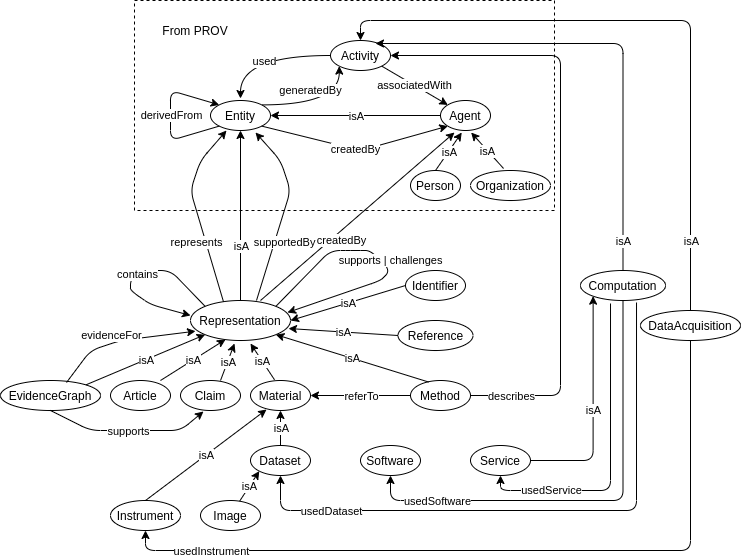
The draw.io diagram resources/images/EVI-v-0-1.png in EvidenceGraph/EVI, before a commit. Source tidied: cells renumbered, new cells last; positions are measured from the earlier drawing's top-left corner, leaving out a move shared by most shapes. The source it was exported from:
```xml
<mxGraphModel background="#ffffff">
  <root>
    <mxCell id="0" />
    <mxCell id="1" parent="0" />
    <mxCell id="2" value="Activity" style="ellipse;whiteSpace=wrap;html=1;" parent="1" vertex="1">
      <mxGeometry x="330" y="40" width="60" height="30" as="geometry" />
    </mxCell>
    <mxCell id="3" value="Agent" style="ellipse;whiteSpace=wrap;html=1;" parent="1" vertex="1">
      <mxGeometry x="440" y="100" width="50" height="30" as="geometry" />
    </mxCell>
    <mxCell id="4" value="Entity" style="ellipse;whiteSpace=wrap;html=1;" parent="1" vertex="1">
      <mxGeometry x="210" y="100" width="60" height="30" as="geometry" />
    </mxCell>
    <mxCell id="5" value="Person" style="ellipse;whiteSpace=wrap;html=1;" parent="1" vertex="1">
      <mxGeometry x="410" y="170" width="50" height="30" as="geometry" />
    </mxCell>
    <mxCell id="6" value="Organization" style="ellipse;whiteSpace=wrap;html=1;" parent="1" vertex="1">
      <mxGeometry x="470" y="170" width="80" height="30" as="geometry" />
    </mxCell>
    <mxCell id="7" style="endArrow=classic;html=1;exitX=0;exitY=0.5;exitDx=0;exitDy=0;edgeStyle=orthogonalEdgeStyle;curved=1;" parent="1" edge="1" source="2">
      <mxGeometry relative="1" as="geometry">
        <mxPoint x="240" y="98" as="targetPoint" />
      </mxGeometry>
    </mxCell>
    <mxCell id="8" value="used" style="edgeLabel;html=1;align=center;verticalAlign=middle;" parent="7" vertex="1">
      <mxGeometry relative="1" as="geometry">
        <mxPoint y="5" as="offset" />
      </mxGeometry>
    </mxCell>
    <mxCell id="9" style="endArrow=classic;html=1;exitX=1;exitY=0;exitDx=0;exitDy=0;entryX=0;entryY=1;entryDx=0;entryDy=0;edgeStyle=orthogonalEdgeStyle;curved=1;" parent="1" edge="1" source="4" target="2">
      <mxGeometry relative="1" as="geometry" />
    </mxCell>
    <mxCell id="10" value="generatedBy" style="edgeLabel;html=1;align=center;verticalAlign=middle;" parent="9" vertex="1">
      <mxGeometry relative="1" as="geometry">
        <mxPoint x="-10" y="-15" as="offset" />
      </mxGeometry>
    </mxCell>
    <mxCell id="11" style="endArrow=classic;html=1;exitX=1;exitY=1;exitDx=0;exitDy=0;entryX=0;entryY=0;entryDx=0;entryDy=0;" parent="1" edge="1" source="2" target="3">
      <mxGeometry relative="1" as="geometry" />
    </mxCell>
    <mxCell id="12" value="associatedWith" style="edgeLabel;html=1;align=center;verticalAlign=middle;" parent="11" vertex="1">
      <mxGeometry relative="1" as="geometry" />
    </mxCell>
    <mxCell id="13" style="endArrow=classic;html=1;exitX=0.5;exitY=0;exitDx=0;exitDy=0;entryX=0.425;entryY=1.067;entryDx=0;entryDy=0;entryPerimeter=0;" parent="1" edge="1" source="5" target="3">
      <mxGeometry relative="1" as="geometry" />
    </mxCell>
    <mxCell id="14" value="isA" style="edgeLabel;html=1;align=center;verticalAlign=middle;" parent="13" vertex="1">
      <mxGeometry relative="1" as="geometry" />
    </mxCell>
    <mxCell id="15" style="endArrow=classic;html=1;exitX=0.413;exitY=-0.067;exitDx=0;exitDy=0;exitPerimeter=0;entryX=0.613;entryY=1.067;entryDx=0;entryDy=0;entryPerimeter=0;" parent="1" edge="1" source="6" target="3">
      <mxGeometry relative="1" as="geometry" />
    </mxCell>
    <mxCell id="16" value="isA" style="edgeLabel;html=1;align=center;verticalAlign=middle;" parent="15" vertex="1">
      <mxGeometry relative="1" as="geometry" />
    </mxCell>
    <mxCell id="17" style="endArrow=classic;html=1;exitX=0;exitY=0.5;exitDx=0;exitDy=0;entryX=1;entryY=0.5;entryDx=0;entryDy=0;" parent="1" edge="1" source="3" target="4">
      <mxGeometry relative="1" as="geometry" />
    </mxCell>
    <mxCell id="18" value="isA" style="edgeLabel;html=1;align=center;verticalAlign=middle;" parent="17" vertex="1">
      <mxGeometry relative="1" as="geometry" />
    </mxCell>
    <mxCell id="19" style="endArrow=classic;html=1;exitX=1;exitY=1;exitDx=0;exitDy=0;entryX=0;entryY=1;entryDx=0;entryDy=0;" parent="1" edge="1" source="4" target="3">
      <mxGeometry relative="1" as="geometry">
        <Array as="points">
          <mxPoint x="360" y="150" />
        </Array>
      </mxGeometry>
    </mxCell>
    <mxCell id="20" value="createdBy" style="edgeLabel;html=1;align=center;verticalAlign=middle;" parent="19" vertex="1">
      <mxGeometry relative="1" as="geometry" />
    </mxCell>
    <mxCell id="21" value="Representation" style="ellipse;whiteSpace=wrap;html=1;" parent="1" vertex="1">
      <mxGeometry x="190" y="300" width="100" height="40" as="geometry" />
    </mxCell>
    <mxCell id="22" style="endArrow=classic;html=1;exitX=0;exitY=1;exitDx=0;exitDy=0;entryX=0;entryY=0;entryDx=0;entryDy=0;" parent="1" edge="1" source="4" target="4">
      <mxGeometry relative="1" as="geometry">
        <Array as="points">
          <mxPoint x="170" y="140" />
          <mxPoint x="170" y="90" />
        </Array>
      </mxGeometry>
    </mxCell>
    <mxCell id="23" value="derivedFrom" style="edgeLabel;html=1;align=center;verticalAlign=middle;" parent="22" vertex="1">
      <mxGeometry relative="1" as="geometry" />
    </mxCell>
    <mxCell id="24" style="endArrow=classic;html=1;exitX=0.5;exitY=0;exitDx=0;exitDy=0;entryX=0.5;entryY=1;entryDx=0;entryDy=0;" parent="1" edge="1" source="21" target="4">
      <mxGeometry relative="1" as="geometry" />
    </mxCell>
    <mxCell id="25" value="isA" style="edgeLabel;html=1;align=center;verticalAlign=middle;" parent="24" vertex="1">
      <mxGeometry relative="1" as="geometry">
        <mxPoint y="30" as="offset" />
      </mxGeometry>
    </mxCell>
    <mxCell id="26" style="endArrow=classic;html=1;exitX=0.33;exitY=0.033;exitDx=0;exitDy=0;exitPerimeter=0;" parent="1" edge="1" source="21">
      <mxGeometry relative="1" as="geometry">
        <mxPoint x="226" y="130" as="targetPoint" />
        <Array as="points">
          <mxPoint x="190" y="190" />
          <mxPoint x="200" y="160" />
        </Array>
      </mxGeometry>
    </mxCell>
    <mxCell id="27" value="represents" style="edgeLabel;html=1;align=center;verticalAlign=middle;" parent="26" vertex="1">
      <mxGeometry relative="1" as="geometry">
        <mxPoint x="-0.3" y="30.6" as="offset" />
      </mxGeometry>
    </mxCell>
    <mxCell id="28" style="endArrow=classic;html=1;exitX=0.66;exitY=0;exitDx=0;exitDy=0;exitPerimeter=0;" parent="1" edge="1" source="21">
      <mxGeometry relative="1" as="geometry">
        <mxPoint x="255" y="132" as="targetPoint" />
        <Array as="points">
          <mxPoint x="290" y="190" />
          <mxPoint x="280" y="160" />
        </Array>
      </mxGeometry>
    </mxCell>
    <mxCell id="29" value="supportedBy" style="edgeLabel;html=1;align=center;verticalAlign=middle;" parent="28" vertex="1">
      <mxGeometry relative="1" as="geometry">
        <mxPoint x="0.5" y="29.2" as="offset" />
      </mxGeometry>
    </mxCell>
    <mxCell id="30" style="endArrow=classic;html=1;entryX=0.28;entryY=1.067;entryDx=0;entryDy=0;entryPerimeter=0;" parent="1" edge="1" target="3">
      <mxGeometry relative="1" as="geometry">
        <mxPoint x="260" y="300" as="sourcePoint" />
      </mxGeometry>
    </mxCell>
    <mxCell id="31" value="createdBy" style="edgeLabel;html=1;align=center;verticalAlign=middle;" parent="30" vertex="1">
      <mxGeometry relative="1" as="geometry">
        <mxPoint x="-16.8" y="23.8" as="offset" />
      </mxGeometry>
    </mxCell>
    <mxCell id="32" style="endArrow=classic;html=1;exitX=0;exitY=0;exitDx=0;exitDy=0;" parent="1" edge="1" source="21">
      <mxGeometry relative="1" as="geometry">
        <mxPoint x="190" y="315" as="targetPoint" />
        <Array as="points">
          <mxPoint x="170" y="270" />
          <mxPoint x="150" y="270" />
          <mxPoint x="140" y="270" />
          <mxPoint x="130" y="280" />
          <mxPoint x="130" y="290" />
          <mxPoint x="150" y="304" />
        </Array>
      </mxGeometry>
    </mxCell>
    <mxCell id="33" value="contains" style="edgeLabel;html=1;align=center;verticalAlign=middle;" parent="32" vertex="1">
      <mxGeometry relative="1" as="geometry" />
    </mxCell>
    <mxCell id="34" style="endArrow=classic;html=1;entryX=0.97;entryY=0.3;entryDx=0;entryDy=0;exitX=1;exitY=0;exitDx=0;exitDy=0;entryPerimeter=0;" parent="1" edge="1" source="21" target="21">
      <mxGeometry relative="1" as="geometry">
        <Array as="points">
          <mxPoint x="330" y="250" />
          <mxPoint x="350" y="250" />
          <mxPoint x="370" y="250" />
          <mxPoint x="390" y="270" />
          <mxPoint x="380" y="280" />
        </Array>
      </mxGeometry>
    </mxCell>
    <mxCell id="35" value="supports | challenges" style="edgeLabel;html=1;align=center;verticalAlign=middle;" parent="34" vertex="1">
      <mxGeometry relative="1" as="geometry">
        <mxPoint x="12.3" y="2.3" as="offset" />
      </mxGeometry>
    </mxCell>
    <mxCell id="36" value="EvidenceGraph" style="ellipse;whiteSpace=wrap;html=1;" parent="1" vertex="1">
      <mxGeometry y="380" width="100" height="30" as="geometry" />
    </mxCell>
    <mxCell id="37" value="Article" style="ellipse;whiteSpace=wrap;html=1;" parent="1" vertex="1">
      <mxGeometry x="110" y="380" width="60" height="30" as="geometry" />
    </mxCell>
    <mxCell id="38" value="Claim" style="ellipse;whiteSpace=wrap;html=1;" parent="1" vertex="1">
      <mxGeometry x="180" y="380" width="60" height="30" as="geometry" />
    </mxCell>
    <mxCell id="39" value="Material" style="ellipse;whiteSpace=wrap;html=1;" parent="1" vertex="1">
      <mxGeometry x="250" y="380" width="60" height="30" as="geometry" />
    </mxCell>
    <mxCell id="40" value="Method" style="ellipse;whiteSpace=wrap;html=1;" parent="1" vertex="1">
      <mxGeometry x="410" y="380" width="60" height="30" as="geometry" />
    </mxCell>
    <mxCell id="41" value="Reference" style="ellipse;whiteSpace=wrap;html=1;" parent="1" vertex="1">
      <mxGeometry x="397.5" y="320" width="75" height="30" as="geometry" />
    </mxCell>
    <mxCell id="42" value="Identifier" style="ellipse;whiteSpace=wrap;html=1;" parent="1" vertex="1">
      <mxGeometry x="405" y="270" width="60" height="30" as="geometry" />
    </mxCell>
    <mxCell id="43" style="endArrow=classic;html=1;exitX=0.66;exitY=0.067;exitDx=0;exitDy=0;exitPerimeter=0;entryX=0.05;entryY=0.767;entryDx=0;entryDy=0;entryPerimeter=0;" parent="1" edge="1" source="36" target="21">
      <mxGeometry relative="1" as="geometry">
        <Array as="points">
          <mxPoint x="90" y="350" />
          <mxPoint x="120" y="340" />
        </Array>
      </mxGeometry>
    </mxCell>
    <mxCell id="44" value="evidenceFor" style="edgeLabel;html=1;align=center;verticalAlign=middle;" parent="43" vertex="1">
      <mxGeometry relative="1" as="geometry">
        <mxPoint x="-12.3" y="-4.7" as="offset" />
      </mxGeometry>
    </mxCell>
    <mxCell id="45" style="endArrow=classic;html=1;exitX=1;exitY=0;exitDx=0;exitDy=0;entryX=0;entryY=1;entryDx=0;entryDy=0;" parent="1" edge="1" source="36" target="21">
      <mxGeometry relative="1" as="geometry" />
    </mxCell>
    <mxCell id="46" value="isA" style="edgeLabel;html=1;align=center;verticalAlign=middle;" parent="45" vertex="1">
      <mxGeometry relative="1" as="geometry" />
    </mxCell>
    <mxCell id="47" style="endArrow=classic;html=1;exitX=0.833;exitY=0;exitDx=0;exitDy=0;exitPerimeter=0;entryX=0.35;entryY=0.975;entryDx=0;entryDy=0;entryPerimeter=0;" parent="1" edge="1" source="37" target="21">
      <mxGeometry relative="1" as="geometry" />
    </mxCell>
    <mxCell id="48" value="isA" style="edgeLabel;html=1;align=center;verticalAlign=middle;" parent="47" vertex="1">
      <mxGeometry relative="1" as="geometry" />
    </mxCell>
    <mxCell id="49" style="endArrow=classic;html=1;exitX=0.667;exitY=0;exitDx=0;exitDy=0;exitPerimeter=0;entryX=0.44;entryY=1.075;entryDx=0;entryDy=0;entryPerimeter=0;" parent="1" edge="1" source="38" target="21">
      <mxGeometry relative="1" as="geometry" />
    </mxCell>
    <mxCell id="50" value="isA" style="edgeLabel;html=1;align=center;verticalAlign=middle;" parent="49" vertex="1">
      <mxGeometry relative="1" as="geometry" />
    </mxCell>
    <mxCell id="51" style="endArrow=classic;html=1;exitX=0.4;exitY=-0.025;exitDx=0;exitDy=0;exitPerimeter=0;" parent="1" edge="1" source="39">
      <mxGeometry relative="1" as="geometry">
        <mxPoint x="250" y="343" as="targetPoint" />
      </mxGeometry>
    </mxCell>
    <mxCell id="52" value="isA" style="edgeLabel;html=1;align=center;verticalAlign=middle;" parent="51" vertex="1">
      <mxGeometry relative="1" as="geometry" />
    </mxCell>
    <mxCell id="53" style="endArrow=classic;html=1;exitX=0.3;exitY=0.05;exitDx=0;exitDy=0;exitPerimeter=0;entryX=1;entryY=1;entryDx=0;entryDy=0;" parent="1" edge="1" source="40" target="21">
      <mxGeometry relative="1" as="geometry" />
    </mxCell>
    <mxCell id="54" value="isA" style="edgeLabel;html=1;align=center;verticalAlign=middle;" parent="53" vertex="1">
      <mxGeometry relative="1" as="geometry" />
    </mxCell>
    <mxCell id="55" style="endArrow=classic;html=1;entryX=0.98;entryY=0.7;entryDx=0;entryDy=0;entryPerimeter=0;exitX=0;exitY=0.5;exitDx=0;exitDy=0;" parent="1" edge="1" source="41" target="21">
      <mxGeometry relative="1" as="geometry" />
    </mxCell>
    <mxCell id="56" value="isA" style="edgeLabel;html=1;align=center;verticalAlign=middle;" parent="55" vertex="1">
      <mxGeometry relative="1" as="geometry" />
    </mxCell>
    <mxCell id="57" style="endArrow=classic;html=1;exitX=0;exitY=0.5;exitDx=0;exitDy=0;entryX=1;entryY=0.5;entryDx=0;entryDy=0;" parent="1" edge="1" source="42" target="21">
      <mxGeometry relative="1" as="geometry" />
    </mxCell>
    <mxCell id="58" value="isA" style="edgeLabel;html=1;align=center;verticalAlign=middle;" parent="57" vertex="1">
      <mxGeometry relative="1" as="geometry" />
    </mxCell>
    <mxCell id="59" style="endArrow=classic;html=1;exitX=0;exitY=0.5;exitDx=0;exitDy=0;entryX=1;entryY=0.5;entryDx=0;entryDy=0;" parent="1" edge="1" source="40" target="39">
      <mxGeometry relative="1" as="geometry" />
    </mxCell>
    <mxCell id="60" value="referTo" style="edgeLabel;html=1;align=center;verticalAlign=middle;" parent="59" vertex="1">
      <mxGeometry relative="1" as="geometry" />
    </mxCell>
    <mxCell id="61" style="endArrow=classic;html=1;exitX=0.5;exitY=1;exitDx=0;exitDy=0;entryX=0.383;entryY=1.033;entryDx=0;entryDy=0;entryPerimeter=0;" parent="1" edge="1" source="36" target="38">
      <mxGeometry relative="1" as="geometry">
        <Array as="points">
          <mxPoint x="90" y="430" />
          <mxPoint x="130" y="430" />
          <mxPoint x="180" y="430" />
        </Array>
      </mxGeometry>
    </mxCell>
    <mxCell id="62" value="supports" style="edgeLabel;html=1;align=center;verticalAlign=middle;" parent="61" vertex="1">
      <mxGeometry relative="1" as="geometry" />
    </mxCell>
    <mxCell id="63" style="endArrow=classic;html=1;exitX=1;exitY=0.5;exitDx=0;exitDy=0;entryX=1;entryY=0.5;entryDx=0;entryDy=0;edgeStyle=orthogonalEdgeStyle;" parent="1" edge="1" source="40" target="2">
      <mxGeometry relative="1" as="geometry">
        <Array as="points">
          <mxPoint x="560" y="395" />
          <mxPoint x="560" y="55" />
        </Array>
      </mxGeometry>
    </mxCell>
    <mxCell id="64" value="describes" style="edgeLabel;html=1;align=center;verticalAlign=middle;" parent="63" vertex="1">
      <mxGeometry relative="1" as="geometry">
        <mxPoint x="-50" y="210" as="offset" />
      </mxGeometry>
    </mxCell>
    <mxCell id="65" value="Computation" style="ellipse;whiteSpace=wrap;html=1;" parent="1" vertex="1">
      <mxGeometry x="580" y="270" width="85" height="30" as="geometry" />
    </mxCell>
    <mxCell id="66" value="DataAcquisition" style="ellipse;whiteSpace=wrap;html=1;" parent="1" vertex="1">
      <mxGeometry x="640" y="310" width="100" height="30" as="geometry" />
    </mxCell>
    <mxCell id="67" value="Image" style="ellipse;whiteSpace=wrap;html=1;" parent="1" vertex="1">
      <mxGeometry x="200" y="500" width="60" height="30" as="geometry" />
    </mxCell>
    <mxCell id="68" value="Instrument" style="ellipse;whiteSpace=wrap;html=1;" parent="1" vertex="1">
      <mxGeometry x="110" y="500" width="70" height="30" as="geometry" />
    </mxCell>
    <mxCell id="69" value="Dataset" style="ellipse;whiteSpace=wrap;html=1;" parent="1" vertex="1">
      <mxGeometry x="250" y="445" width="60" height="30" as="geometry" />
    </mxCell>
    <mxCell id="70" value="Software" style="ellipse;whiteSpace=wrap;html=1;" parent="1" vertex="1">
      <mxGeometry x="360" y="445" width="60" height="30" as="geometry" />
    </mxCell>
    <mxCell id="71" value="Service" style="ellipse;whiteSpace=wrap;html=1;" parent="1" vertex="1">
      <mxGeometry x="470" y="445" width="60" height="30" as="geometry" />
    </mxCell>
    <mxCell id="72" style="endArrow=classic;html=1;exitX=0.5;exitY=0;exitDx=0;exitDy=0;entryX=0.267;entryY=0.967;entryDx=0;entryDy=0;entryPerimeter=0;" parent="1" edge="1" source="68" target="39">
      <mxGeometry relative="1" as="geometry" />
    </mxCell>
    <mxCell id="73" value="isA" style="edgeLabel;html=1;align=center;verticalAlign=middle;" parent="72" vertex="1">
      <mxGeometry relative="1" as="geometry" />
    </mxCell>
    <mxCell id="74" style="endArrow=classic;html=1;entryX=0;entryY=1;entryDx=0;entryDy=0;" parent="1" edge="1" source="67" target="69">
      <mxGeometry relative="1" as="geometry" />
    </mxCell>
    <mxCell id="75" value="isA" style="edgeLabel;html=1;align=center;verticalAlign=middle;" parent="74" vertex="1">
      <mxGeometry relative="1" as="geometry" />
    </mxCell>
    <mxCell id="76" style="endArrow=classic;html=1;entryX=0.5;entryY=1;entryDx=0;entryDy=0;exitX=0.5;exitY=0;exitDx=0;exitDy=0;" parent="1" edge="1" source="69" target="39">
      <mxGeometry relative="1" as="geometry" />
    </mxCell>
    <mxCell id="77" value="isA" style="edgeLabel;html=1;align=center;verticalAlign=middle;" parent="76" vertex="1">
      <mxGeometry relative="1" as="geometry" />
    </mxCell>
    <mxCell id="78" style="endArrow=classic;html=1;exitX=0.5;exitY=0;exitDx=0;exitDy=0;entryX=0.75;entryY=0.1;entryDx=0;entryDy=0;entryPerimeter=0;edgeStyle=orthogonalEdgeStyle;" parent="1" edge="1" source="65" target="2">
      <mxGeometry relative="1" as="geometry">
        <Array as="points">
          <mxPoint x="623" y="43" />
        </Array>
      </mxGeometry>
    </mxCell>
    <mxCell id="79" value="isA" style="edgeLabel;html=1;align=center;verticalAlign=middle;" parent="78" vertex="1">
      <mxGeometry relative="1" as="geometry">
        <mxPoint x="10" y="197" as="offset" />
      </mxGeometry>
    </mxCell>
    <mxCell id="80" style="endArrow=classic;html=1;exitX=0.5;exitY=0;exitDx=0;exitDy=0;entryX=0.5;entryY=0;entryDx=0;entryDy=0;edgeStyle=orthogonalEdgeStyle;" parent="1" edge="1" source="66" target="2">
      <mxGeometry relative="1" as="geometry">
        <Array as="points">
          <mxPoint x="690" y="20" />
          <mxPoint x="360" y="20" />
        </Array>
      </mxGeometry>
    </mxCell>
    <mxCell id="81" value="isA" style="edgeLabel;html=1;align=center;verticalAlign=middle;" parent="80" vertex="1">
      <mxGeometry relative="1" as="geometry">
        <mxPoint x="30" y="220" as="offset" />
      </mxGeometry>
    </mxCell>
    <mxCell id="82" style="endArrow=classic;html=1;exitX=0.353;exitY=1.1;exitDx=0;exitDy=0;exitPerimeter=0;entryX=0.5;entryY=1;entryDx=0;entryDy=0;edgeStyle=orthogonalEdgeStyle;" parent="1" edge="1" source="65" target="71">
      <mxGeometry relative="1" as="geometry">
        <Array as="points">
          <mxPoint x="610" y="490" />
          <mxPoint x="500" y="490" />
        </Array>
      </mxGeometry>
    </mxCell>
    <mxCell id="83" value="usedService" style="edgeLabel;html=1;align=center;verticalAlign=middle;" parent="82" vertex="1">
      <mxGeometry relative="1" as="geometry">
        <mxPoint x="-60" y="31" as="offset" />
      </mxGeometry>
    </mxCell>
    <mxCell id="84" style="endArrow=classic;html=1;exitX=0.5;exitY=1;exitDx=0;exitDy=0;entryX=0.5;entryY=1;entryDx=0;entryDy=0;edgeStyle=orthogonalEdgeStyle;" parent="1" edge="1" source="65" target="70">
      <mxGeometry relative="1" as="geometry">
        <Array as="points">
          <mxPoint x="623" y="500" />
          <mxPoint x="390" y="500" />
        </Array>
      </mxGeometry>
    </mxCell>
    <mxCell id="85" value="usedSoftware" style="edgeLabel;html=1;align=center;verticalAlign=middle;" parent="84" vertex="1">
      <mxGeometry relative="1" as="geometry">
        <mxPoint x="-157.5" as="offset" />
      </mxGeometry>
    </mxCell>
    <mxCell id="86" style="endArrow=classic;html=1;exitX=0.659;exitY=1.067;exitDx=0;exitDy=0;exitPerimeter=0;entryX=0.5;entryY=1;entryDx=0;entryDy=0;edgeStyle=orthogonalEdgeStyle;" parent="1" edge="1" source="65" target="69">
      <mxGeometry relative="1" as="geometry">
        <Array as="points">
          <mxPoint x="636" y="510" />
          <mxPoint x="280" y="510" />
        </Array>
      </mxGeometry>
    </mxCell>
    <mxCell id="87" value="usedDataset" style="edgeLabel;html=1;align=center;verticalAlign=middle;" parent="86" vertex="1">
      <mxGeometry relative="1" as="geometry">
        <mxPoint x="-215" as="offset" />
      </mxGeometry>
    </mxCell>
    <mxCell id="88" style="endArrow=classic;html=1;exitX=0.5;exitY=1;exitDx=0;exitDy=0;entryX=0.5;entryY=1;entryDx=0;entryDy=0;edgeStyle=orthogonalEdgeStyle;" parent="1" edge="1" source="66" target="68">
      <mxGeometry relative="1" as="geometry">
        <Array as="points">
          <mxPoint x="690" y="550" />
          <mxPoint x="145" y="550" />
        </Array>
      </mxGeometry>
    </mxCell>
    <mxCell id="89" value="usedInstrument" style="edgeLabel;html=1;align=center;verticalAlign=middle;" parent="88" vertex="1">
      <mxGeometry relative="1" as="geometry">
        <mxPoint x="-302" as="offset" />
      </mxGeometry>
    </mxCell>
    <mxCell id="90" style="endArrow=classic;html=1;exitX=1;exitY=0.5;exitDx=0;exitDy=0;entryX=0;entryY=1;entryDx=0;entryDy=0;edgeStyle=orthogonalEdgeStyle;" parent="1" edge="1" source="71" target="65">
      <mxGeometry relative="1" as="geometry" />
    </mxCell>
    <mxCell id="91" value="isA" style="edgeLabel;html=1;align=center;verticalAlign=middle;" parent="90" vertex="1">
      <mxGeometry relative="1" as="geometry" />
    </mxCell>
    <mxCell id="92" style="rounded=0;whiteSpace=wrap;html=1;fillColor=none;dashed=1;" parent="1" vertex="1">
      <mxGeometry x="134" width="420" height="210" as="geometry" />
    </mxCell>
    <mxCell id="93" value="From PROV" style="text;html=1;strokeColor=none;fillColor=none;align=center;verticalAlign=middle;whiteSpace=wrap;rounded=0;dashed=1;" parent="1" vertex="1">
      <mxGeometry x="160" y="20" width="70" height="20" as="geometry" />
    </mxCell>
  </root>
</mxGraphModel>
```
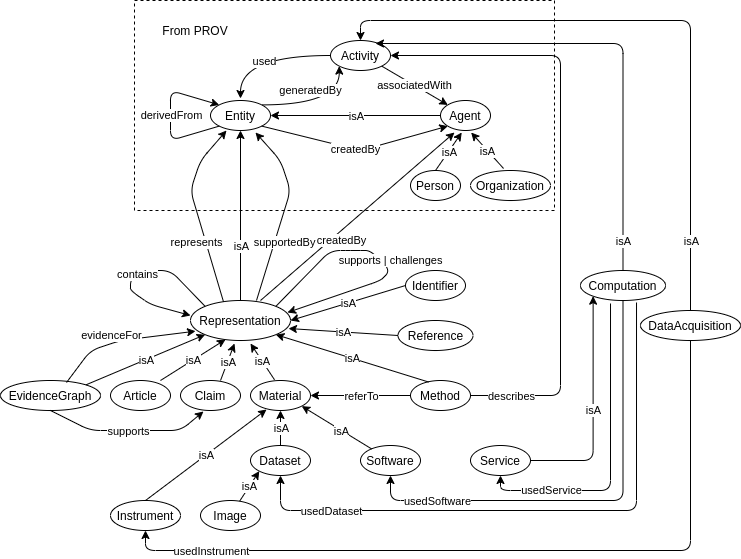
Later version of the same file.

Commit message:
added evi:Software->isA->evi:Material in Figure 1

Change to the diagram source:
```diff
@@ -398,5 +398,13 @@
     <mxCell id="93" value="From PROV" style="text;html=1;strokeColor=none;fillColor=none;align=center;verticalAlign=middle;whiteSpace=wrap;rounded=0;dashed=1;" parent="1" vertex="1">
       <mxGeometry x="160" y="20" width="70" height="20" as="geometry" />
     </mxCell>
+    <mxCell id="94" style="endArrow=classic;html=1;entryX=1;entryY=1;entryDx=0;entryDy=0;" parent="1" edge="1" source="70" target="39">
+      <mxGeometry relative="1" as="geometry" />
+    </mxCell>
+    <mxCell id="95" value="isA" style="edgeLabel;html=1;align=center;verticalAlign=middle;" parent="94" vertex="1">
+      <mxGeometry relative="1" as="geometry">
+        <mxPoint x="4.7" y="3.9" as="offset" />
+      </mxGeometry>
+    </mxCell>
   </root>
 </mxGraphModel>
```
